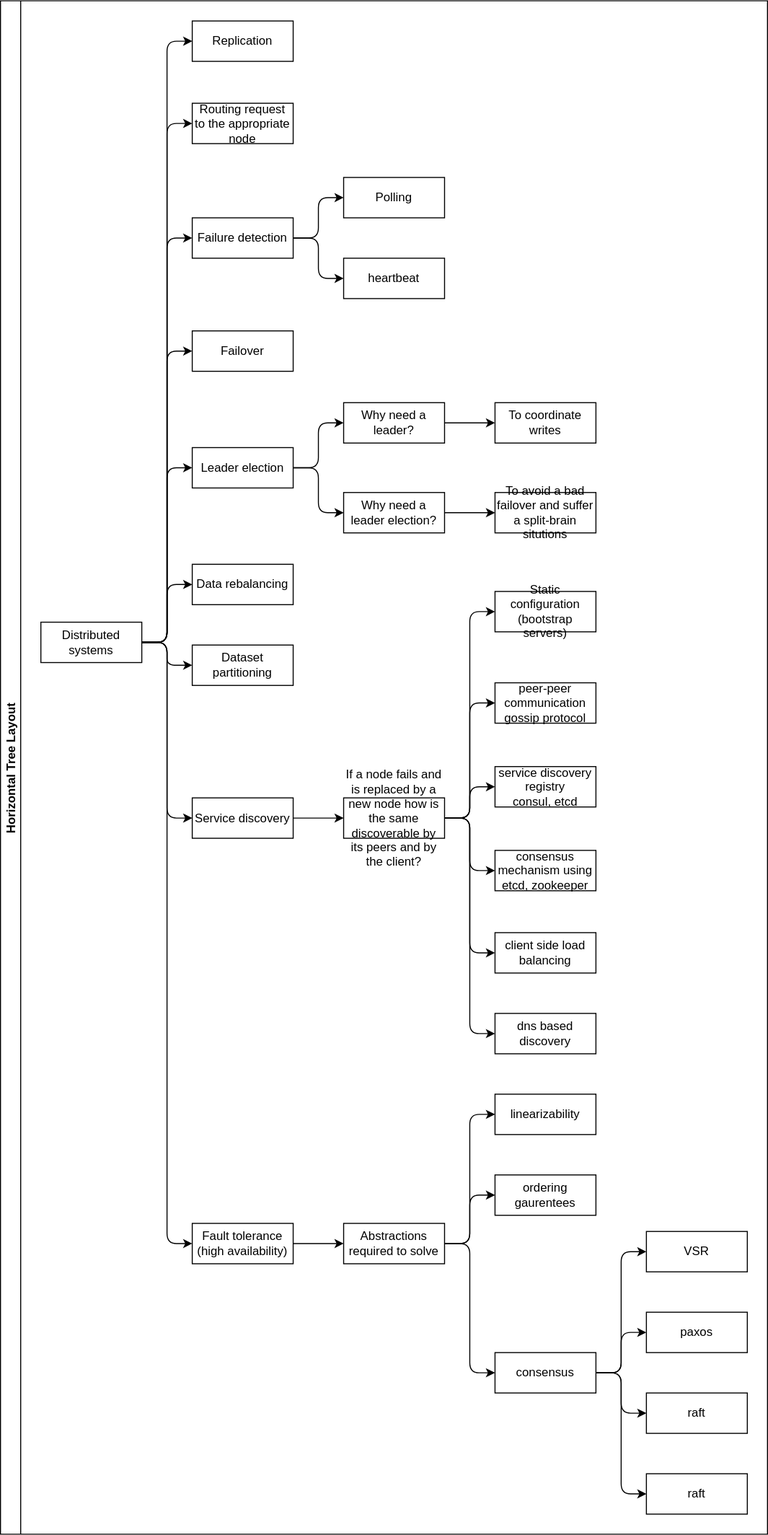
This is building-blocks/distributed-systems.svg from AbhijithMadhav/distributed-systems, a draw.io export, as it was before one commit. Source tidied: cells renumbered, new cells last; positions are measured from the earlier drawing's top-left corner, leaving out a move shared by most shapes.
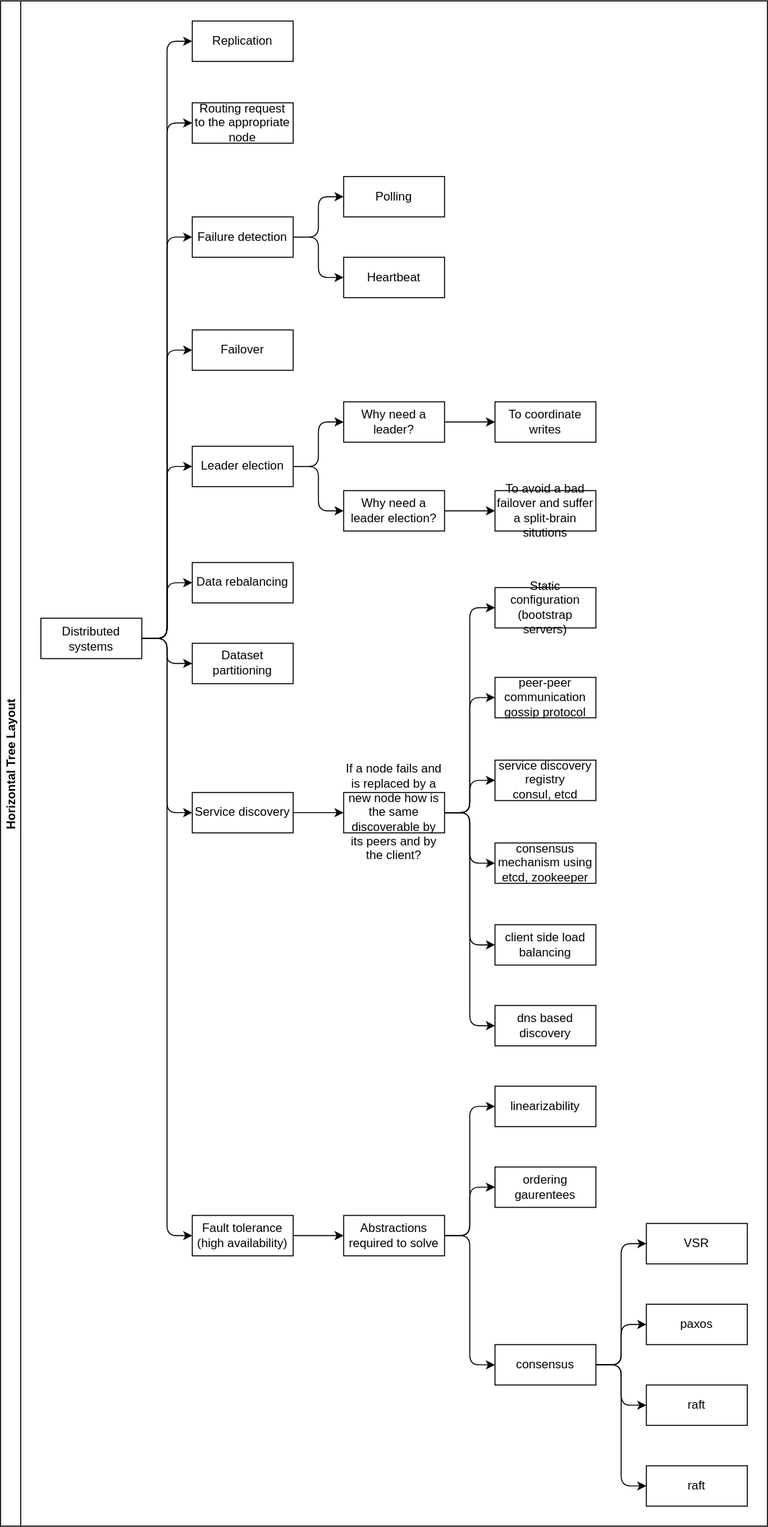
Above is the later version.

The edit, as a diff of the source:
```diff
@@ -3,10 +3,10 @@
     <mxCell id="0" />
     <mxCell id="1" parent="0" />
     <mxCell id="2" value="Horizontal Tree Layout" style="swimlane;startSize=20;horizontal=0;horizontalTree=1;sortEdges=1;containerType=tree;fontSize=12;" parent="1" vertex="1">
-      <mxGeometry width="760" height="1519" as="geometry" />
+      <mxGeometry width="760" height="1511" as="geometry" />
     </mxCell>
     <mxCell id="3" value="Distributed systems" style="whiteSpace=wrap;html=1;" parent="2" vertex="1">
-      <mxGeometry x="40" y="615.5" width="100" height="40" as="geometry" />
+      <mxGeometry x="40" y="611.6" width="100" height="40" as="geometry" />
     </mxCell>
     <mxCell id="4" value="Replication" style="whiteSpace=wrap;html=1;" parent="2" vertex="1">
       <mxGeometry x="190" y="20" width="100" height="40" as="geometry" />
@@ -15,7 +15,7 @@
       <mxGeometry relative="1" as="geometry" />
     </mxCell>
     <mxCell id="6" value="Routing request to the appropriate node" style="whiteSpace=wrap;html=1;" parent="2" vertex="1">
-      <mxGeometry x="190" y="101.5" width="100" height="40" as="geometry" />
+      <mxGeometry x="190" y="101" width="100" height="40" as="geometry" />
     </mxCell>
     <mxCell id="7" style="edgeStyle=elbowEdgeStyle;elbow=horizontal;html=1;rounded=1;curved=0;sourcePerimeterSpacing=0;targetPerimeterSpacing=0;startSize=6;endSize=6;" parent="2" edge="1" source="3" target="6">
       <mxGeometry relative="1" as="geometry" />
@@ -24,169 +24,169 @@
       <mxGeometry relative="1" as="geometry" />
     </mxCell>
     <mxCell id="9" value="Failure detection" style="whiteSpace=wrap;html=1;" parent="2" vertex="1">
-      <mxGeometry x="190" y="215" width="100" height="40" as="geometry" />
+      <mxGeometry x="190" y="214" width="100" height="40" as="geometry" />
     </mxCell>
     <mxCell id="10" style="edgeStyle=elbowEdgeStyle;elbow=horizontal;html=1;rounded=1;curved=0;sourcePerimeterSpacing=0;targetPerimeterSpacing=0;startSize=6;endSize=6;" parent="2" edge="1" source="3" target="11">
       <mxGeometry relative="1" as="geometry" />
     </mxCell>
     <mxCell id="11" value="Failover" style="whiteSpace=wrap;html=1;" parent="2" vertex="1">
-      <mxGeometry x="190" y="327" width="100" height="40" as="geometry" />
+      <mxGeometry x="190" y="326" width="100" height="40" as="geometry" />
     </mxCell>
     <mxCell id="12" style="edgeStyle=elbowEdgeStyle;elbow=horizontal;html=1;rounded=1;curved=0;sourcePerimeterSpacing=0;targetPerimeterSpacing=0;startSize=6;endSize=6;" parent="2" edge="1" source="3" target="13">
       <mxGeometry relative="1" as="geometry" />
     </mxCell>
     <mxCell id="13" value="Leader election" style="whiteSpace=wrap;html=1;" parent="2" vertex="1">
-      <mxGeometry x="190" y="442.6" width="100" height="40" as="geometry" />
+      <mxGeometry x="190" y="441.2" width="100" height="40" as="geometry" />
     </mxCell>
     <mxCell id="14" style="edgeStyle=elbowEdgeStyle;elbow=horizontal;html=1;rounded=1;curved=0;sourcePerimeterSpacing=0;targetPerimeterSpacing=0;startSize=6;endSize=6;" parent="2" edge="1" source="3" target="15">
       <mxGeometry relative="1" as="geometry" />
     </mxCell>
     <mxCell id="15" value="Data rebalancing" style="whiteSpace=wrap;html=1;" parent="2" vertex="1">
-      <mxGeometry x="190" y="558.2" width="100" height="40" as="geometry" />
+      <mxGeometry x="190" y="556.4" width="100" height="40" as="geometry" />
     </mxCell>
     <mxCell id="16" style="edgeStyle=elbowEdgeStyle;elbow=horizontal;html=1;rounded=1;curved=0;sourcePerimeterSpacing=0;targetPerimeterSpacing=0;startSize=6;endSize=6;" parent="2" edge="1" source="3" target="17">
       <mxGeometry relative="1" as="geometry" />
     </mxCell>
     <mxCell id="17" value="Dataset partitioning" style="whiteSpace=wrap;html=1;" parent="2" vertex="1">
-      <mxGeometry x="190" y="638.2" width="100" height="40" as="geometry" />
+      <mxGeometry x="190" y="636.4" width="100" height="40" as="geometry" />
     </mxCell>
     <mxCell id="18" style="edgeStyle=elbowEdgeStyle;elbow=horizontal;html=1;rounded=1;curved=0;sourcePerimeterSpacing=0;targetPerimeterSpacing=0;startSize=6;endSize=6;" parent="2" edge="1" source="3" target="19">
       <mxGeometry relative="1" as="geometry" />
     </mxCell>
     <mxCell id="19" value="Service discovery" style="whiteSpace=wrap;html=1;" parent="2" vertex="1">
-      <mxGeometry x="190" y="789.6" width="100" height="40" as="geometry" />
+      <mxGeometry x="190" y="784.2" width="100" height="40" as="geometry" />
     </mxCell>
     <mxCell id="20" style="edgeStyle=elbowEdgeStyle;elbow=horizontal;html=1;rounded=1;curved=0;sourcePerimeterSpacing=0;targetPerimeterSpacing=0;startSize=6;endSize=6;" parent="2" edge="1" source="19" target="21">
       <mxGeometry relative="1" as="geometry" />
     </mxCell>
     <mxCell id="21" value="If a node fails and is replaced by a new node how is the same discoverable by its peers and by the client?" style="whiteSpace=wrap;html=1;" parent="2" vertex="1">
-      <mxGeometry x="340" y="789.6" width="100" height="40" as="geometry" />
+      <mxGeometry x="340" y="784.2" width="100" height="40" as="geometry" />
     </mxCell>
     <mxCell id="22" style="edgeStyle=elbowEdgeStyle;elbow=horizontal;html=1;rounded=1;curved=0;sourcePerimeterSpacing=0;targetPerimeterSpacing=0;startSize=6;endSize=6;" parent="2" edge="1" source="13" target="23">
       <mxGeometry relative="1" as="geometry" />
     </mxCell>
     <mxCell id="23" value="Why need a leader?" style="whiteSpace=wrap;html=1;" parent="2" vertex="1">
-      <mxGeometry x="340" y="398.1" width="100" height="40" as="geometry" />
+      <mxGeometry x="340" y="397.2" width="100" height="40" as="geometry" />
     </mxCell>
     <mxCell id="24" style="edgeStyle=elbowEdgeStyle;elbow=horizontal;html=1;rounded=1;curved=0;sourcePerimeterSpacing=0;targetPerimeterSpacing=0;startSize=6;endSize=6;" parent="2" edge="1" source="21" target="25">
       <mxGeometry relative="1" as="geometry" />
     </mxCell>
     <mxCell id="25" value="Static configuration&lt;div&gt;(bootstrap servers)&lt;/div&gt;" style="whiteSpace=wrap;html=1;" parent="2" vertex="1">
-      <mxGeometry x="490" y="585.1" width="100" height="40" as="geometry" />
+      <mxGeometry x="490" y="581.2" width="100" height="40" as="geometry" />
     </mxCell>
     <mxCell id="26" style="edgeStyle=elbowEdgeStyle;elbow=horizontal;html=1;rounded=1;curved=0;sourcePerimeterSpacing=0;targetPerimeterSpacing=0;startSize=6;endSize=6;" parent="2" edge="1" source="21" target="27">
       <mxGeometry relative="1" as="geometry" />
     </mxCell>
     <mxCell id="27" value="peer-peer&lt;div&gt;communication&lt;/div&gt;&lt;div&gt;gossip protocol&lt;/div&gt;" style="whiteSpace=wrap;html=1;" parent="2" vertex="1">
-      <mxGeometry x="490" y="675.6" width="100" height="40" as="geometry" />
+      <mxGeometry x="490" y="670.2" width="100" height="40" as="geometry" />
     </mxCell>
     <mxCell id="28" style="edgeStyle=elbowEdgeStyle;elbow=horizontal;html=1;rounded=1;curved=0;sourcePerimeterSpacing=0;targetPerimeterSpacing=0;startSize=6;endSize=6;" parent="2" edge="1" source="21" target="29">
       <mxGeometry relative="1" as="geometry" />
     </mxCell>
     <mxCell id="29" value="service discovery registry&lt;div&gt;consul, etcd&lt;/div&gt;" style="whiteSpace=wrap;html=1;" parent="2" vertex="1">
-      <mxGeometry x="490" y="758.6" width="100" height="40" as="geometry" />
+      <mxGeometry x="490" y="752.2" width="100" height="40" as="geometry" />
     </mxCell>
     <mxCell id="30" style="edgeStyle=elbowEdgeStyle;elbow=horizontal;html=1;rounded=1;curved=0;sourcePerimeterSpacing=0;targetPerimeterSpacing=0;startSize=6;endSize=6;" parent="2" edge="1" source="21" target="31">
       <mxGeometry relative="1" as="geometry" />
     </mxCell>
     <mxCell id="31" value="consensus mechanism using etcd, zookeeper" style="whiteSpace=wrap;html=1;" parent="2" vertex="1">
-      <mxGeometry x="490" y="841.6" width="100" height="40" as="geometry" />
+      <mxGeometry x="490" y="834.2" width="100" height="40" as="geometry" />
     </mxCell>
     <mxCell id="32" style="edgeStyle=elbowEdgeStyle;elbow=horizontal;html=1;rounded=1;curved=0;sourcePerimeterSpacing=0;targetPerimeterSpacing=0;startSize=6;endSize=6;" parent="2" edge="1" source="21" target="33">
       <mxGeometry relative="1" as="geometry" />
     </mxCell>
     <mxCell id="33" value="client side load balancing" style="whiteSpace=wrap;html=1;" parent="2" vertex="1">
-      <mxGeometry x="490" y="923.1" width="100" height="40" as="geometry" />
+      <mxGeometry x="490" y="915.2" width="100" height="40" as="geometry" />
     </mxCell>
     <mxCell id="34" style="edgeStyle=elbowEdgeStyle;elbow=horizontal;html=1;rounded=1;curved=0;sourcePerimeterSpacing=0;targetPerimeterSpacing=0;startSize=6;endSize=6;" parent="2" edge="1" source="21" target="35">
       <mxGeometry relative="1" as="geometry" />
     </mxCell>
     <mxCell id="35" value="dns based discovery" style="whiteSpace=wrap;html=1;" parent="2" vertex="1">
-      <mxGeometry x="490" y="1003.1" width="100" height="40" as="geometry" />
+      <mxGeometry x="490" y="995.2" width="100" height="40" as="geometry" />
     </mxCell>
     <mxCell id="36" style="edgeStyle=elbowEdgeStyle;elbow=horizontal;html=1;rounded=1;curved=0;sourcePerimeterSpacing=0;targetPerimeterSpacing=0;startSize=6;endSize=6;" parent="2" edge="1" source="9" target="37">
       <mxGeometry relative="1" as="geometry" />
     </mxCell>
     <mxCell id="37" value="Polling" style="whiteSpace=wrap;html=1;" parent="2" vertex="1">
-      <mxGeometry x="340" y="175" width="100" height="40" as="geometry" />
+      <mxGeometry x="340" y="174" width="100" height="40" as="geometry" />
     </mxCell>
     <mxCell id="38" style="edgeStyle=elbowEdgeStyle;elbow=horizontal;html=1;rounded=1;curved=0;sourcePerimeterSpacing=0;targetPerimeterSpacing=0;startSize=6;endSize=6;" parent="2" edge="1" source="9" target="39">
       <mxGeometry relative="1" as="geometry" />
     </mxCell>
-    <mxCell id="39" value="heartbeat" style="whiteSpace=wrap;html=1;" parent="2" vertex="1">
-      <mxGeometry x="340" y="255" width="100" height="40" as="geometry" />
+    <mxCell id="39" value="Heartbeat" style="whiteSpace=wrap;html=1;" parent="2" vertex="1">
+      <mxGeometry x="340" y="254" width="100" height="40" as="geometry" />
     </mxCell>
     <mxCell id="40" style="edgeStyle=elbowEdgeStyle;elbow=horizontal;html=1;rounded=1;curved=0;sourcePerimeterSpacing=0;targetPerimeterSpacing=0;startSize=6;endSize=6;" parent="2" edge="1" source="3" target="41">
       <mxGeometry relative="1" as="geometry" />
     </mxCell>
     <mxCell id="41" value="Fault tolerance&lt;div&gt;(high availability)&lt;/div&gt;" style="whiteSpace=wrap;html=1;" parent="2" vertex="1">
-      <mxGeometry x="190" y="1211.1" width="100" height="40" as="geometry" />
+      <mxGeometry x="190" y="1203.2" width="100" height="40" as="geometry" />
     </mxCell>
     <mxCell id="42" style="edgeStyle=elbowEdgeStyle;elbow=horizontal;html=1;rounded=1;curved=0;sourcePerimeterSpacing=0;targetPerimeterSpacing=0;startSize=6;endSize=6;" parent="2" edge="1" source="41" target="43">
       <mxGeometry relative="1" as="geometry" />
     </mxCell>
     <mxCell id="43" value="Abstractions required to solve" style="whiteSpace=wrap;html=1;" parent="2" vertex="1">
-      <mxGeometry x="340" y="1211.1" width="100" height="40" as="geometry" />
+      <mxGeometry x="340" y="1203.2" width="100" height="40" as="geometry" />
     </mxCell>
     <mxCell id="44" style="edgeStyle=elbowEdgeStyle;elbow=horizontal;html=1;rounded=1;curved=0;sourcePerimeterSpacing=0;targetPerimeterSpacing=0;startSize=6;endSize=6;" parent="2" edge="1" source="43" target="45">
       <mxGeometry relative="1" as="geometry" />
     </mxCell>
     <mxCell id="45" value="linearizability" style="whiteSpace=wrap;html=1;" parent="2" vertex="1">
-      <mxGeometry x="490" y="1083.1" width="100" height="40" as="geometry" />
+      <mxGeometry x="490" y="1075.2" width="100" height="40" as="geometry" />
     </mxCell>
     <mxCell id="46" style="edgeStyle=elbowEdgeStyle;elbow=horizontal;html=1;rounded=1;curved=0;sourcePerimeterSpacing=0;targetPerimeterSpacing=0;startSize=6;endSize=6;" parent="2" edge="1" source="43" target="47">
       <mxGeometry relative="1" as="geometry" />
     </mxCell>
     <mxCell id="47" value="ordering gaurentees" style="whiteSpace=wrap;html=1;" parent="2" vertex="1">
-      <mxGeometry x="490" y="1163.1" width="100" height="40" as="geometry" />
+      <mxGeometry x="490" y="1155.2" width="100" height="40" as="geometry" />
     </mxCell>
     <mxCell id="48" style="edgeStyle=elbowEdgeStyle;elbow=horizontal;html=1;rounded=1;curved=0;sourcePerimeterSpacing=0;targetPerimeterSpacing=0;startSize=6;endSize=6;" parent="2" edge="1" source="43" target="49">
       <mxGeometry relative="1" as="geometry" />
     </mxCell>
     <mxCell id="49" value="consensus" style="whiteSpace=wrap;html=1;" parent="2" vertex="1">
-      <mxGeometry x="490" y="1339.1" width="100" height="40" as="geometry" />
+      <mxGeometry x="490" y="1331.2" width="100" height="40" as="geometry" />
     </mxCell>
     <mxCell id="50" style="edgeStyle=elbowEdgeStyle;elbow=horizontal;html=1;rounded=1;curved=0;sourcePerimeterSpacing=0;targetPerimeterSpacing=0;startSize=6;endSize=6;" parent="2" edge="1" source="23" target="51">
       <mxGeometry relative="1" as="geometry" />
     </mxCell>
     <mxCell id="51" value="To coordinate writes" style="whiteSpace=wrap;html=1;" parent="2" vertex="1">
-      <mxGeometry x="490" y="398.1" width="100" height="40" as="geometry" />
+      <mxGeometry x="490" y="397.2" width="100" height="40" as="geometry" />
     </mxCell>
     <mxCell id="52" style="edgeStyle=elbowEdgeStyle;elbow=horizontal;html=1;rounded=1;curved=0;sourcePerimeterSpacing=0;targetPerimeterSpacing=0;startSize=6;endSize=6;" parent="2" edge="1" source="13" target="53">
       <mxGeometry relative="1" as="geometry" />
     </mxCell>
     <mxCell id="53" value="Why need a leader election?" style="whiteSpace=wrap;html=1;" parent="2" vertex="1">
-      <mxGeometry x="340" y="487.1" width="100" height="40" as="geometry" />
+      <mxGeometry x="340" y="485.2" width="100" height="40" as="geometry" />
     </mxCell>
     <mxCell id="54" style="edgeStyle=elbowEdgeStyle;elbow=horizontal;html=1;rounded=1;curved=0;sourcePerimeterSpacing=0;targetPerimeterSpacing=0;startSize=6;endSize=6;" parent="2" edge="1" source="53" target="55">
       <mxGeometry relative="1" as="geometry" />
     </mxCell>
     <mxCell id="55" value="To avoid a bad failover and suffer a split-brain situtions" style="whiteSpace=wrap;html=1;" parent="2" vertex="1">
-      <mxGeometry x="490" y="487.1" width="100" height="40" as="geometry" />
+      <mxGeometry x="490" y="485.2" width="100" height="40" as="geometry" />
     </mxCell>
     <mxCell id="56" style="edgeStyle=elbowEdgeStyle;elbow=horizontal;html=1;rounded=1;curved=0;sourcePerimeterSpacing=0;targetPerimeterSpacing=0;startSize=6;endSize=6;" parent="2" edge="1" source="49" target="57">
       <mxGeometry relative="1" as="geometry" />
     </mxCell>
     <mxCell id="57" value="VSR" style="whiteSpace=wrap;html=1;" parent="2" vertex="1">
-      <mxGeometry x="640" y="1219.1" width="100" height="40" as="geometry" />
+      <mxGeometry x="640" y="1211.2" width="100" height="40" as="geometry" />
     </mxCell>
     <mxCell id="58" style="edgeStyle=elbowEdgeStyle;elbow=horizontal;html=1;rounded=1;curved=0;sourcePerimeterSpacing=0;targetPerimeterSpacing=0;startSize=6;endSize=6;" parent="2" edge="1" source="49" target="59">
       <mxGeometry relative="1" as="geometry" />
     </mxCell>
     <mxCell id="59" value="paxos" style="whiteSpace=wrap;html=1;" parent="2" vertex="1">
-      <mxGeometry x="640" y="1299.1" width="100" height="40" as="geometry" />
+      <mxGeometry x="640" y="1291.2" width="100" height="40" as="geometry" />
     </mxCell>
     <mxCell id="60" style="edgeStyle=elbowEdgeStyle;elbow=horizontal;html=1;rounded=1;curved=0;sourcePerimeterSpacing=0;targetPerimeterSpacing=0;startSize=6;endSize=6;" parent="2" edge="1" source="49" target="61">
       <mxGeometry relative="1" as="geometry" />
     </mxCell>
     <mxCell id="61" value="raft" style="whiteSpace=wrap;html=1;" parent="2" vertex="1">
-      <mxGeometry x="640" y="1379.1" width="100" height="40" as="geometry" />
+      <mxGeometry x="640" y="1371.2" width="100" height="40" as="geometry" />
     </mxCell>
     <mxCell id="62" style="edgeStyle=elbowEdgeStyle;elbow=horizontal;html=1;rounded=1;curved=0;sourcePerimeterSpacing=0;targetPerimeterSpacing=0;startSize=6;endSize=6;" parent="2" edge="1" source="49" target="63">
       <mxGeometry relative="1" as="geometry" />
     </mxCell>
     <mxCell id="63" value="raft" style="whiteSpace=wrap;html=1;" parent="2" vertex="1">
-      <mxGeometry x="640" y="1459.1" width="100" height="40" as="geometry" />
+      <mxGeometry x="640" y="1451.2" width="100" height="40" as="geometry" />
     </mxCell>
   </root>
 </mxGraphModel>
```
